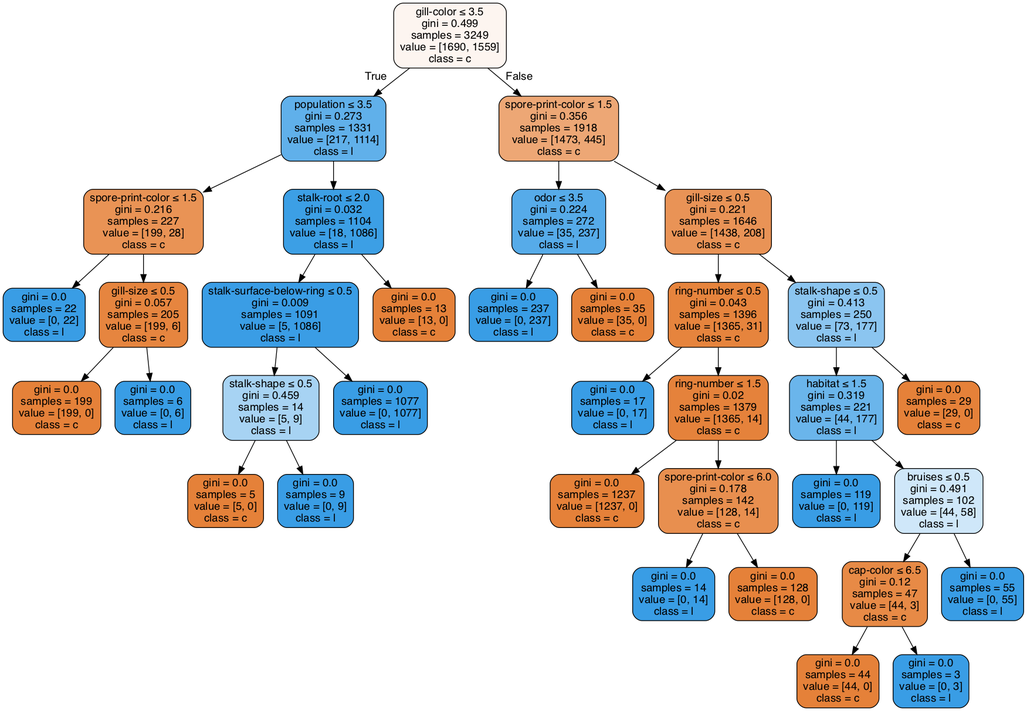
Earlier version of the Graphviz export Lab02/clf-40-60.gv.png (anhle199/Intro2AI-HCMUS). Its source is kept beside it as Lab02/clf-40-60.gv.
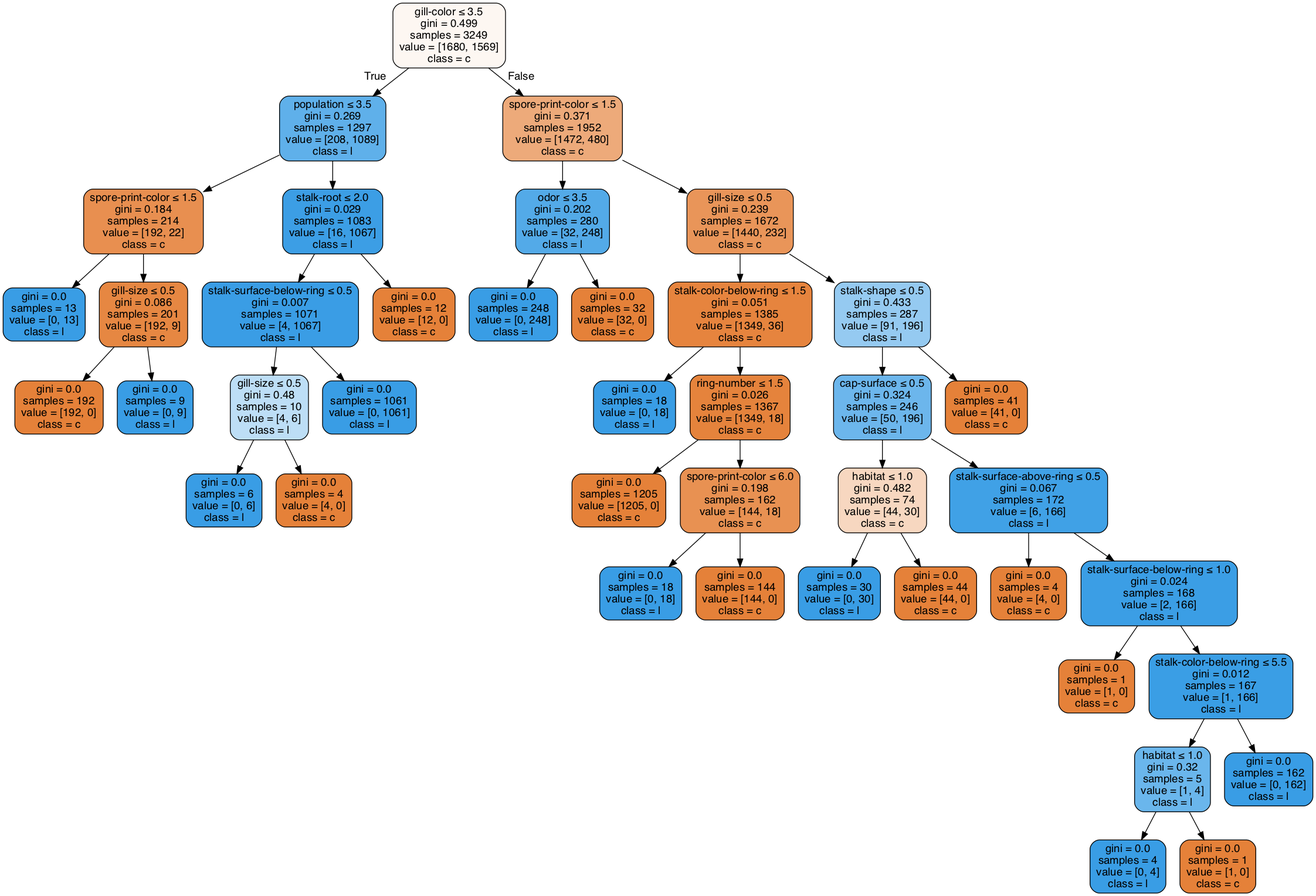
After the commit.

Diff of the diagram source:
```diff
@@ -1,73 +1,85 @@
 digraph Tree {
 node [shape=box, style="filled, rounded", color="black", fontname=helvetica] ;
 edge [fontname=helvetica] ;
-0 [label=<gill-color &le; 3.5<br/>gini = 0.499<br/>samples = 3249<br/>value = [1690, 1559]<br/>class = c>, fillcolor="#fdf5f0"] ;
-1 [label=<population &le; 3.5<br/>gini = 0.273<br/>samples = 1331<br/>value = [217, 1114]<br/>class = l>, fillcolor="#60b0ea"] ;
+0 [label=<gill-color &le; 3.5<br/>gini = 0.499<br/>samples = 3249<br/>value = [1680, 1569]<br/>class = c>, fillcolor="#fdf7f2"] ;
+1 [label=<population &le; 3.5<br/>gini = 0.269<br/>samples = 1297<br/>value = [208, 1089]<br/>class = l>, fillcolor="#5fb0ea"] ;
 0 -> 1 [labeldistance=2.5, labelangle=45, headlabel="True"] ;
-2 [label=<spore-print-color &le; 1.5<br/>gini = 0.216<br/>samples = 227<br/>value = [199, 28]<br/>class = c>, fillcolor="#e99355"] ;
+2 [label=<spore-print-color &le; 1.5<br/>gini = 0.184<br/>samples = 214<br/>value = [192, 22]<br/>class = c>, fillcolor="#e88f50"] ;
 1 -> 2 ;
-3 [label=<gini = 0.0<br/>samples = 22<br/>value = [0, 22]<br/>class = l>, fillcolor="#399de5"] ;
+3 [label=<gini = 0.0<br/>samples = 13<br/>value = [0, 13]<br/>class = l>, fillcolor="#399de5"] ;
 2 -> 3 ;
-4 [label=<gill-size &le; 0.5<br/>gini = 0.057<br/>samples = 205<br/>value = [199, 6]<br/>class = c>, fillcolor="#e6853f"] ;
+4 [label=<gill-size &le; 0.5<br/>gini = 0.086<br/>samples = 201<br/>value = [192, 9]<br/>class = c>, fillcolor="#e68742"] ;
 2 -> 4 ;
-5 [label=<gini = 0.0<br/>samples = 199<br/>value = [199, 0]<br/>class = c>, fillcolor="#e58139"] ;
+5 [label=<gini = 0.0<br/>samples = 192<br/>value = [192, 0]<br/>class = c>, fillcolor="#e58139"] ;
 4 -> 5 ;
-6 [label=<gini = 0.0<br/>samples = 6<br/>value = [0, 6]<br/>class = l>, fillcolor="#399de5"] ;
+6 [label=<gini = 0.0<br/>samples = 9<br/>value = [0, 9]<br/>class = l>, fillcolor="#399de5"] ;
 4 -> 6 ;
-7 [label=<stalk-root &le; 2.0<br/>gini = 0.032<br/>samples = 1104<br/>value = [18, 1086]<br/>class = l>, fillcolor="#3c9fe5"] ;
+7 [label=<stalk-root &le; 2.0<br/>gini = 0.029<br/>samples = 1083<br/>value = [16, 1067]<br/>class = l>, fillcolor="#3c9ee5"] ;
 1 -> 7 ;
-8 [label=<stalk-surface-below-ring &le; 0.5<br/>gini = 0.009<br/>samples = 1091<br/>value = [5, 1086]<br/>class = l>, fillcolor="#3a9de5"] ;
+8 [label=<stalk-surface-below-ring &le; 0.5<br/>gini = 0.007<br/>samples = 1071<br/>value = [4, 1067]<br/>class = l>, fillcolor="#3a9de5"] ;
 7 -> 8 ;
-9 [label=<stalk-shape &le; 0.5<br/>gini = 0.459<br/>samples = 14<br/>value = [5, 9]<br/>class = l>, fillcolor="#a7d3f3"] ;
+9 [label=<gill-size &le; 0.5<br/>gini = 0.48<br/>samples = 10<br/>value = [4, 6]<br/>class = l>, fillcolor="#bddef6"] ;
 8 -> 9 ;
-10 [label=<gini = 0.0<br/>samples = 5<br/>value = [5, 0]<br/>class = c>, fillcolor="#e58139"] ;
+10 [label=<gini = 0.0<br/>samples = 6<br/>value = [0, 6]<br/>class = l>, fillcolor="#399de5"] ;
 9 -> 10 ;
-11 [label=<gini = 0.0<br/>samples = 9<br/>value = [0, 9]<br/>class = l>, fillcolor="#399de5"] ;
+11 [label=<gini = 0.0<br/>samples = 4<br/>value = [4, 0]<br/>class = c>, fillcolor="#e58139"] ;
 9 -> 11 ;
-12 [label=<gini = 0.0<br/>samples = 1077<br/>value = [0, 1077]<br/>class = l>, fillcolor="#399de5"] ;
+12 [label=<gini = 0.0<br/>samples = 1061<br/>value = [0, 1061]<br/>class = l>, fillcolor="#399de5"] ;
 8 -> 12 ;
-13 [label=<gini = 0.0<br/>samples = 13<br/>value = [13, 0]<br/>class = c>, fillcolor="#e58139"] ;
+13 [label=<gini = 0.0<br/>samples = 12<br/>value = [12, 0]<br/>class = c>, fillcolor="#e58139"] ;
 7 -> 13 ;
-14 [label=<spore-print-color &le; 1.5<br/>gini = 0.356<br/>samples = 1918<br/>value = [1473, 445]<br/>class = c>, fillcolor="#eda775"] ;
+14 [label=<spore-print-color &le; 1.5<br/>gini = 0.371<br/>samples = 1952<br/>value = [1472, 480]<br/>class = c>, fillcolor="#edaa7a"] ;
 0 -> 14 [labeldistance=2.5, labelangle=-45, headlabel="False"] ;
-15 [label=<odor &le; 3.5<br/>gini = 0.224<br/>samples = 272<br/>value = [35, 237]<br/>class = l>, fillcolor="#56abe9"] ;
+15 [label=<odor &le; 3.5<br/>gini = 0.202<br/>samples = 280<br/>value = [32, 248]<br/>class = l>, fillcolor="#53aae8"] ;
 14 -> 15 ;
-16 [label=<gini = 0.0<br/>samples = 237<br/>value = [0, 237]<br/>class = l>, fillcolor="#399de5"] ;
+16 [label=<gini = 0.0<br/>samples = 248<br/>value = [0, 248]<br/>class = l>, fillcolor="#399de5"] ;
 15 -> 16 ;
-17 [label=<gini = 0.0<br/>samples = 35<br/>value = [35, 0]<br/>class = c>, fillcolor="#e58139"] ;
+17 [label=<gini = 0.0<br/>samples = 32<br/>value = [32, 0]<br/>class = c>, fillcolor="#e58139"] ;
 15 -> 17 ;
-18 [label=<gill-size &le; 0.5<br/>gini = 0.221<br/>samples = 1646<br/>value = [1438, 208]<br/>class = c>, fillcolor="#e99356"] ;
+18 [label=<gill-size &le; 0.5<br/>gini = 0.239<br/>samples = 1672<br/>value = [1440, 232]<br/>class = c>, fillcolor="#e99559"] ;
 14 -> 18 ;
-19 [label=<ring-number &le; 0.5<br/>gini = 0.043<br/>samples = 1396<br/>value = [1365, 31]<br/>class = c>, fillcolor="#e6843d"] ;
+19 [label=<stalk-color-below-ring &le; 1.5<br/>gini = 0.051<br/>samples = 1385<br/>value = [1349, 36]<br/>class = c>, fillcolor="#e6843e"] ;
 18 -> 19 ;
-20 [label=<gini = 0.0<br/>samples = 17<br/>value = [0, 17]<br/>class = l>, fillcolor="#399de5"] ;
+20 [label=<gini = 0.0<br/>samples = 18<br/>value = [0, 18]<br/>class = l>, fillcolor="#399de5"] ;
 19 -> 20 ;
-21 [label=<ring-number &le; 1.5<br/>gini = 0.02<br/>samples = 1379<br/>value = [1365, 14]<br/>class = c>, fillcolor="#e5823b"] ;
+21 [label=<ring-number &le; 1.5<br/>gini = 0.026<br/>samples = 1367<br/>value = [1349, 18]<br/>class = c>, fillcolor="#e5833c"] ;
 19 -> 21 ;
-22 [label=<gini = 0.0<br/>samples = 1237<br/>value = [1237, 0]<br/>class = c>, fillcolor="#e58139"] ;
+22 [label=<gini = 0.0<br/>samples = 1205<br/>value = [1205, 0]<br/>class = c>, fillcolor="#e58139"] ;
 21 -> 22 ;
-23 [label=<spore-print-color &le; 6.0<br/>gini = 0.178<br/>samples = 142<br/>value = [128, 14]<br/>class = c>, fillcolor="#e88f4f"] ;
+23 [label=<spore-print-color &le; 6.0<br/>gini = 0.198<br/>samples = 162<br/>value = [144, 18]<br/>class = c>, fillcolor="#e89152"] ;
 21 -> 23 ;
-24 [label=<gini = 0.0<br/>samples = 14<br/>value = [0, 14]<br/>class = l>, fillcolor="#399de5"] ;
+24 [label=<gini = 0.0<br/>samples = 18<br/>value = [0, 18]<br/>class = l>, fillcolor="#399de5"] ;
 23 -> 24 ;
-25 [label=<gini = 0.0<br/>samples = 128<br/>value = [128, 0]<br/>class = c>, fillcolor="#e58139"] ;
+25 [label=<gini = 0.0<br/>samples = 144<br/>value = [144, 0]<br/>class = c>, fillcolor="#e58139"] ;
 23 -> 25 ;
-26 [label=<stalk-shape &le; 0.5<br/>gini = 0.413<br/>samples = 250<br/>value = [73, 177]<br/>class = l>, fillcolor="#8bc5f0"] ;
+26 [label=<stalk-shape &le; 0.5<br/>gini = 0.433<br/>samples = 287<br/>value = [91, 196]<br/>class = l>, fillcolor="#95caf1"] ;
 18 -> 26 ;
-27 [label=<habitat &le; 1.5<br/>gini = 0.319<br/>samples = 221<br/>value = [44, 177]<br/>class = l>, fillcolor="#6ab5eb"] ;
+27 [label=<cap-surface &le; 0.5<br/>gini = 0.324<br/>samples = 246<br/>value = [50, 196]<br/>class = l>, fillcolor="#6cb6ec"] ;
 26 -> 27 ;
-28 [label=<gini = 0.0<br/>samples = 119<br/>value = [0, 119]<br/>class = l>, fillcolor="#399de5"] ;
+28 [label=<habitat &le; 1.0<br/>gini = 0.482<br/>samples = 74<br/>value = [44, 30]<br/>class = c>, fillcolor="#f7d7c0"] ;
 27 -> 28 ;
-29 [label=<bruises &le; 0.5<br/>gini = 0.491<br/>samples = 102<br/>value = [44, 58]<br/>class = l>, fillcolor="#cfe7f9"] ;
-27 -> 29 ;
-30 [label=<cap-color &le; 6.5<br/>gini = 0.12<br/>samples = 47<br/>value = [44, 3]<br/>class = c>, fillcolor="#e78a46"] ;
-29 -> 30 ;
-31 [label=<gini = 0.0<br/>samples = 44<br/>value = [44, 0]<br/>class = c>, fillcolor="#e58139"] ;
-30 -> 31 ;
-32 [label=<gini = 0.0<br/>samples = 3<br/>value = [0, 3]<br/>class = l>, fillcolor="#399de5"] ;
-30 -> 32 ;
-33 [label=<gini = 0.0<br/>samples = 55<br/>value = [0, 55]<br/>class = l>, fillcolor="#399de5"] ;
-29 -> 33 ;
-34 [label=<gini = 0.0<br/>samples = 29<br/>value = [29, 0]<br/>class = c>, fillcolor="#e58139"] ;
-26 -> 34 ;
+29 [label=<gini = 0.0<br/>samples = 30<br/>value = [0, 30]<br/>class = l>, fillcolor="#399de5"] ;
+28 -> 29 ;
+30 [label=<gini = 0.0<br/>samples = 44<br/>value = [44, 0]<br/>class = c>, fillcolor="#e58139"] ;
+28 -> 30 ;
+31 [label=<stalk-surface-above-ring &le; 0.5<br/>gini = 0.067<br/>samples = 172<br/>value = [6, 166]<br/>class = l>, fillcolor="#40a1e6"] ;
+27 -> 31 ;
+32 [label=<gini = 0.0<br/>samples = 4<br/>value = [4, 0]<br/>class = c>, fillcolor="#e58139"] ;
+31 -> 32 ;
+33 [label=<stalk-surface-below-ring &le; 1.0<br/>gini = 0.024<br/>samples = 168<br/>value = [2, 166]<br/>class = l>, fillcolor="#3b9ee5"] ;
+31 -> 33 ;
+34 [label=<gini = 0.0<br/>samples = 1<br/>value = [1, 0]<br/>class = c>, fillcolor="#e58139"] ;
+33 -> 34 ;
+35 [label=<stalk-color-below-ring &le; 5.5<br/>gini = 0.012<br/>samples = 167<br/>value = [1, 166]<br/>class = l>, fillcolor="#3a9ee5"] ;
+33 -> 35 ;
+36 [label=<habitat &le; 1.0<br/>gini = 0.32<br/>samples = 5<br/>value = [1, 4]<br/>class = l>, fillcolor="#6ab6ec"] ;
+35 -> 36 ;
+37 [label=<gini = 0.0<br/>samples = 4<br/>value = [0, 4]<br/>class = l>, fillcolor="#399de5"] ;
+36 -> 37 ;
+38 [label=<gini = 0.0<br/>samples = 1<br/>value = [1, 0]<br/>class = c>, fillcolor="#e58139"] ;
+36 -> 38 ;
+39 [label=<gini = 0.0<br/>samples = 162<br/>value = [0, 162]<br/>class = l>, fillcolor="#399de5"] ;
+35 -> 39 ;
+40 [label=<gini = 0.0<br/>samples = 41<br/>value = [41, 0]<br/>class = c>, fillcolor="#e58139"] ;
+26 -> 40 ;
 }
```
